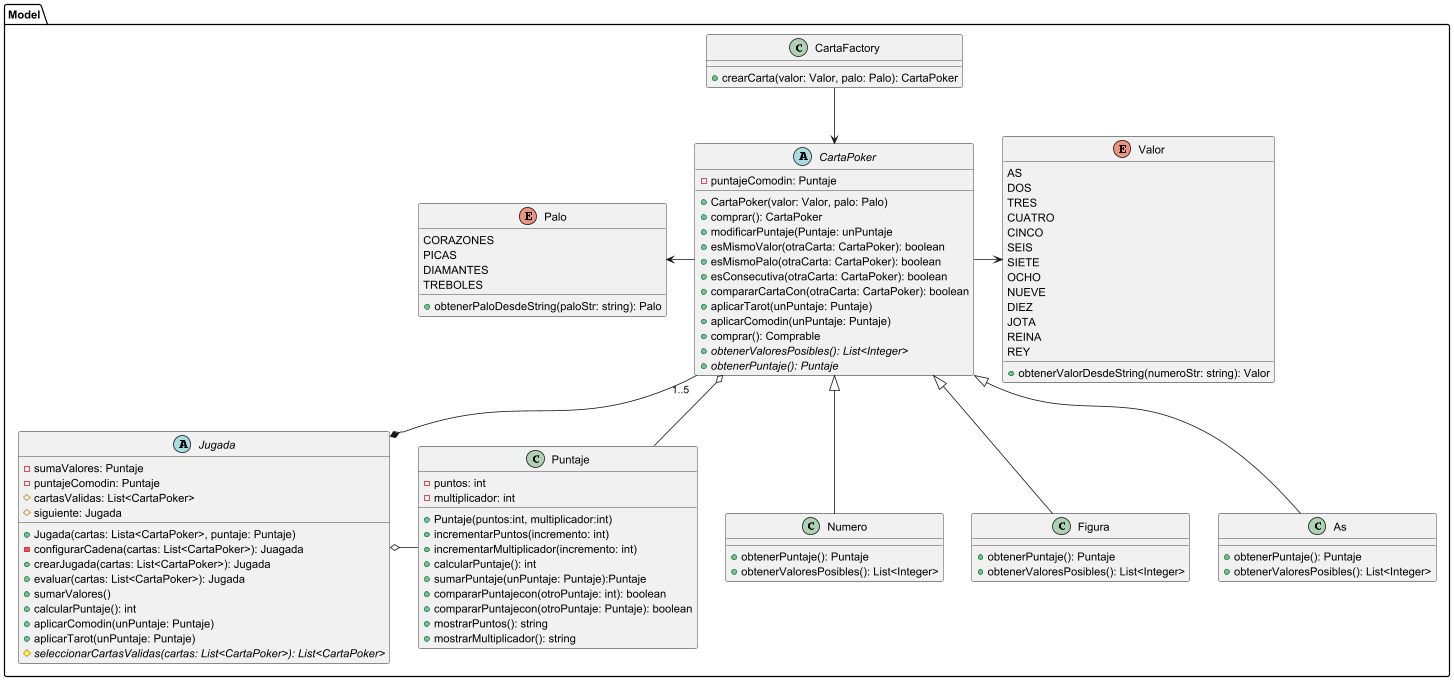
Earlier version of the PlantUML export diagrams/classes/clasesBalatro4.png (carruizdiaz1109/UBAlatro).
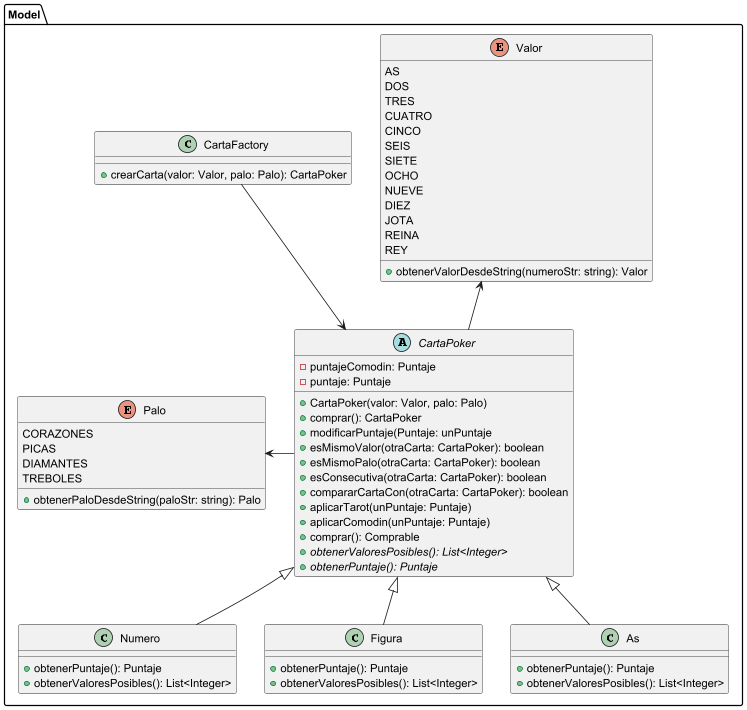
The same diagram one commit later.

What changed in the source:
```diff
@@ -1,23 +1,10 @@
 @startuml
 package Model {
 
-    class Puntaje {
-        - puntos: int
-        - multiplicador: int
-
-        + Puntaje(puntos:int, multiplicador:int)
-        + incrementarPuntos(incremento: int)
-        + incrementarMultiplicador(incremento: int)
-        + calcularPuntaje(): int
-        + sumarPuntaje(unPuntaje: Puntaje):Puntaje
-        + compararPuntajecon(otroPuntaje: int): boolean
-        + compararPuntajecon(otroPuntaje: Puntaje): boolean
-        + mostrarPuntos(): string
-        + mostrarMultiplicador(): string
-    }
 
     abstract class CartaPoker {
         - puntajeComodin: Puntaje
+        - puntaje: Puntaje
 
         + CartaPoker(valor: Valor, palo: Palo)
         + comprar(): CartaPoker
@@ -33,22 +20,6 @@
         + {abstract}obtenerPuntaje(): Puntaje
     }
 
-    abstract class Jugada {
-        - sumaValores: Puntaje
-        - puntajeComodin: Puntaje
-        # cartasValidas: List<CartaPoker>
-        # siguiente: Jugada
-
-        + Jugada(cartas: Lista<CartaPoker>, puntaje: Puntaje)
-        - configurarCadena(cartas: List<CartaPoker>): Juagada
-        + crearJugada(cartas: List<CartaPoker>): Jugada
-        + evaluar(cartas: List<CartaPoker>): Jugada
-        + sumarValores()
-        + calcularPuntaje(): int
-        + aplicarComodin(unPuntaje: Puntaje)
-        + aplicarTarot(unPuntaje: Puntaje)
-        # {abstract}seleccionarCartasValidas(cartas: List<CartaPoker>): List<CartaPoker>
-    }
 
     class CartaFactory {
         + crearCarta(valor: Valor, palo: Palo): CartaPoker
@@ -97,16 +68,12 @@
     }
 
 
-    Jugada *-up- "1..5"CartaPoker
-    Jugada o-right- Puntaje
-    CartaPoker o-- Puntaje
-
     CartaFactory -down-> CartaPoker
     Numero -up-|> CartaPoker
     Figura -up-|> CartaPoker
     As -up-|> CartaPoker
 
     CartaPoker -left-> Palo
-    CartaPoker -right-> Valor
+    CartaPoker -up-> Valor
 }
 @enduml
```
